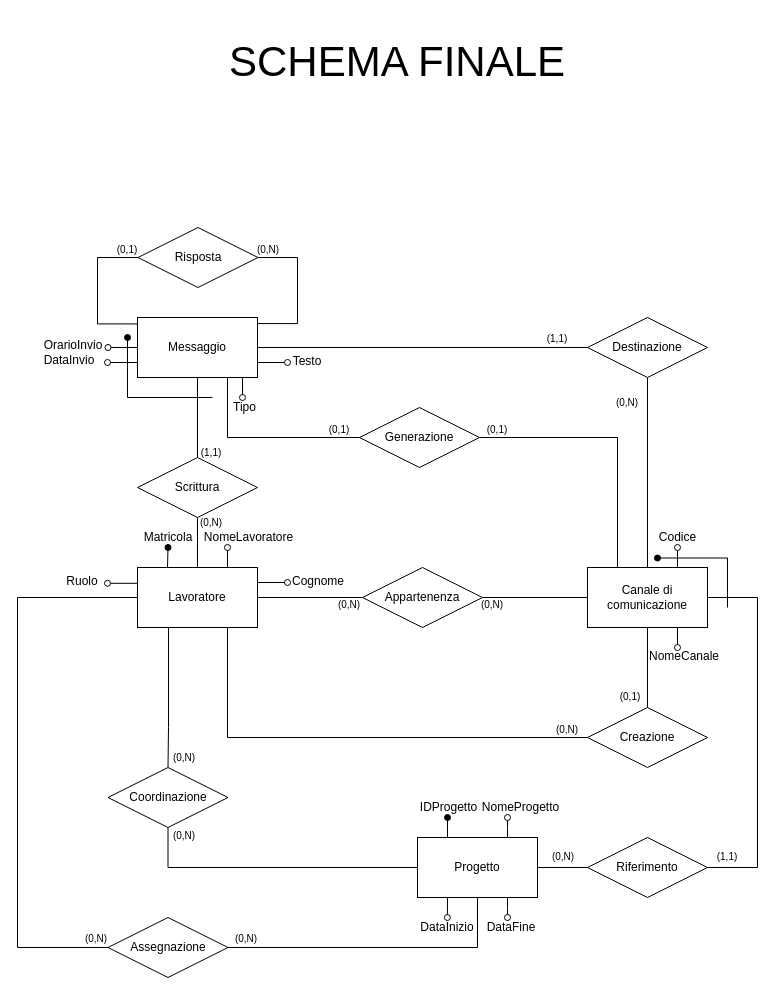
The draw.io diagram page "Schema Ristrutturato" (5 of 8) of Relazione/Schema ER/scheletro.drawio in martafra/BD-Chat-Multicanale, before the edit. Source tidied: cells renumbered, new cells numbered last; positions are measured from the earlier drawing's top-left corner, leaving out a move shared by most shapes. Both pictures are drawn from the tidied source at 100%, with x=0, y=0 at pixel (17, 17).
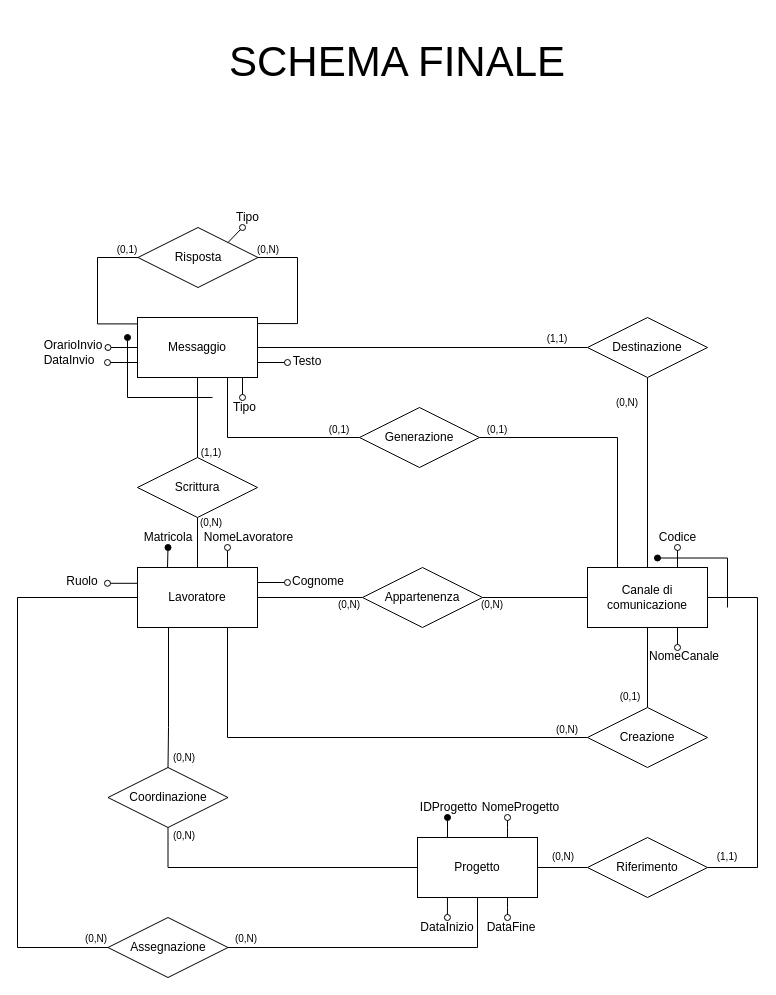
The same diagram, later.

Diff of the diagram source:
```diff
@@
+    <mxCell id="82" style="rounded=0;orthogonalLoop=1;jettySize=auto;html=1;exitX=1;exitY=0;exitDx=0;exitDy=0;endArrow=oval;endFill=0;" parent="1" edge="1">
+      <mxGeometry relative="1" as="geometry">
+        <mxPoint x="210.5" y="225" as="sourcePoint" />
+        <mxPoint x="225" y="210" as="targetPoint" />
+      </mxGeometry>
+    </mxCell>
+    <mxCell id="83" value="Tipo" style="text;html=1;strokeColor=none;fillColor=none;align=center;verticalAlign=middle;whiteSpace=wrap;rounded=0;" parent="1" vertex="1">
+      <mxGeometry x="218.2" y="195" width="25" height="10" as="geometry" />
+    </mxCell>
```
